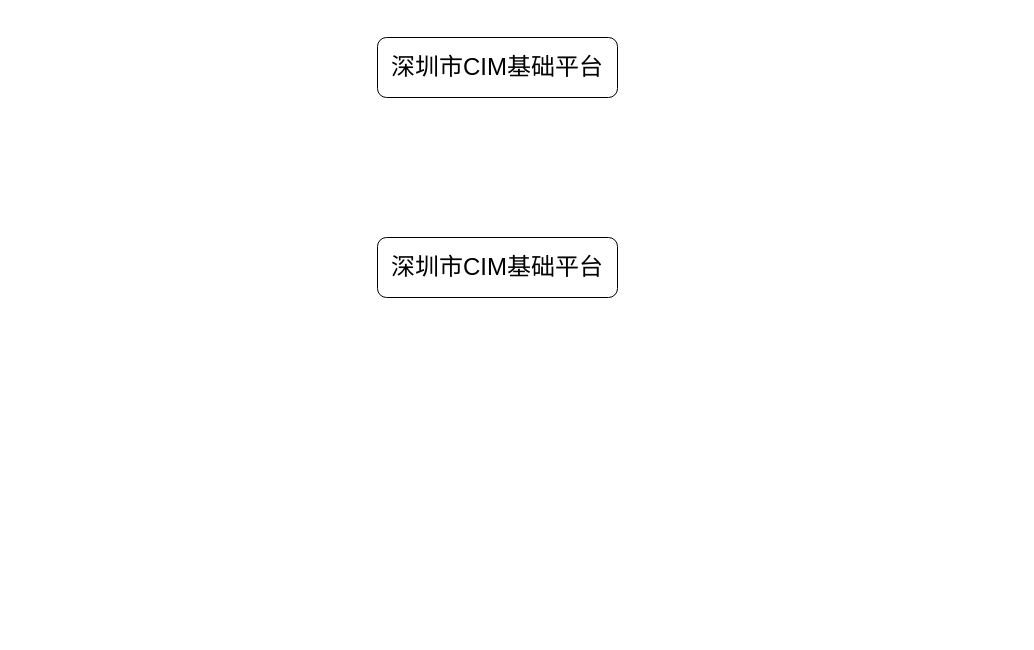
This is 深圳市CIM可视化系统.drawio from gaochaowyq/MinderGraph, a draw.io file, before an edit. Source tidied: cells renumbered, new cells numbered last; positions are measured from the earlier drawing's top-left corner, leaving out a move shared by most shapes. Both pictures are drawn from the tidied source at 100%, with x=0, y=0 at pixel (377, 37).
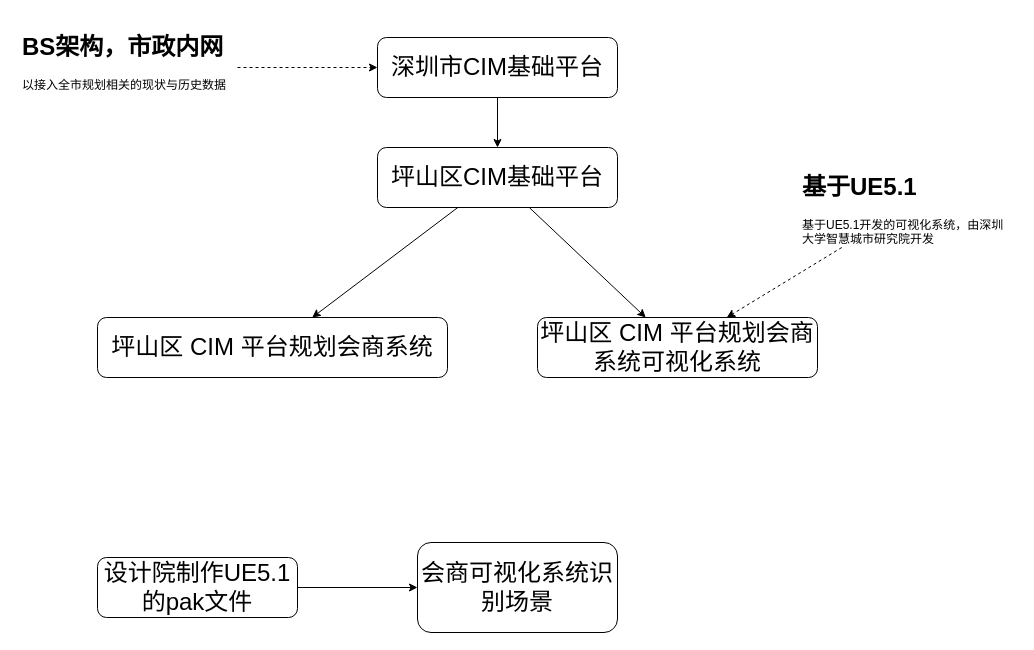
The same page after the edit.

Commit message (it also covers changes not shown here):
更新深圳市CIM可视化系统.drawio

The edit, as a diff of the source:
```diff
@@
 <mxGraphModel>
   <root>
     <mxCell id="0" />
     <mxCell id="1" parent="0" />
+    <mxCell id="4" style="edgeStyle=orthogonalEdgeStyle;rounded=0;jettySize=auto;html=1;" parent="1" edge="1" source="2" target="9">
+      <mxGeometry relative="1" as="geometry" />
+    </mxCell>
     <mxCell id="2" value="&lt;font style=&quot;font-size: 24px;&quot;&gt;深圳市CIM基础平台&lt;/font&gt;" style="rounded=1;whiteSpace=wrap;html=1;" parent="1" vertex="1">
       <mxGeometry width="240" height="60" as="geometry" />
     </mxCell>
-    <mxCell id="3" value="&lt;font style=&quot;font-size: 24px;&quot;&gt;深圳市CIM基础平台&lt;/font&gt;" style="rounded=1;whiteSpace=wrap;html=1;" parent="1" vertex="1">
-      <mxGeometry y="200" width="240" height="60" as="geometry" />
+    <mxCell id="3" value="&lt;font style=&quot;font-size: 24px;&quot;&gt;坪山区 CIM 平台规划会商系统&lt;/font&gt;" style="rounded=1;whiteSpace=wrap;html=1;" parent="1" vertex="1">
+      <mxGeometry x="-280" y="280" width="350" height="60" as="geometry" />
     </mxCell>
+    <mxCell id="5" style="rounded=0;jettySize=auto;html=1;dashed=1;" parent="1" edge="1" source="6" target="2">
+      <mxGeometry relative="1" as="geometry" />
+    </mxCell>
+    <mxCell id="6" value="&lt;h1&gt;BS架构，市政内网&lt;br&gt;&lt;/h1&gt;&lt;p&gt;以接入全市规划相关的现状与历史数据&lt;br&gt;&lt;/p&gt;" style="text;html=1;strokeColor=none;fillColor=none;spacing=5;spacingTop=-20;whiteSpace=wrap;overflow=hidden;rounded=0;" parent="1" vertex="1">
+      <mxGeometry x="-360" y="-10" width="220" height="80" as="geometry" />
+    </mxCell>
+    <mxCell id="7" style="rounded=0;jettySize=auto;html=1;" parent="1" edge="1" source="9" target="3">
+      <mxGeometry relative="1" as="geometry" />
+    </mxCell>
+    <mxCell id="8" style="rounded=0;jettySize=auto;html=1;" parent="1" edge="1" source="9" target="10">
+      <mxGeometry relative="1" as="geometry" />
+    </mxCell>
+    <mxCell id="9" value="&lt;font style=&quot;font-size: 24px;&quot;&gt;坪山区CIM基础平台&lt;/font&gt;" style="rounded=1;whiteSpace=wrap;html=1;" parent="1" vertex="1">
+      <mxGeometry y="110" width="240" height="60" as="geometry" />
+    </mxCell>
+    <mxCell id="10" value="&lt;font style=&quot;font-size: 24px;&quot;&gt;坪山区 CIM 平台规划会商系统可视化系统&lt;/font&gt;" style="rounded=1;whiteSpace=wrap;html=1;" parent="1" vertex="1">
+      <mxGeometry x="160" y="280" width="280" height="60" as="geometry" />
+    </mxCell>
+    <mxCell id="11" style="rounded=0;jettySize=auto;html=1;dashed=1;" parent="1" edge="1" source="12" target="10">
+      <mxGeometry relative="1" as="geometry" />
+    </mxCell>
+    <mxCell id="12" value="&lt;h1&gt;基于UE5.1&lt;br&gt;&lt;/h1&gt;&lt;p&gt;基于UE5.1开发的可视化系统，由深圳大学智慧城市研究院开发&lt;br&gt;&lt;/p&gt;" style="text;html=1;strokeColor=none;fillColor=none;spacing=5;spacingTop=-20;whiteSpace=wrap;overflow=hidden;rounded=0;" parent="1" vertex="1">
+      <mxGeometry x="420" y="130" width="220" height="80" as="geometry" />
+    </mxCell>
+    <mxCell id="13" style="rounded=0;jettySize=auto;html=1;" parent="1" edge="1" source="14" target="15">
+      <mxGeometry relative="1" as="geometry" />
+    </mxCell>
+    <mxCell id="14" value="&lt;font style=&quot;font-size: 24px;&quot;&gt;设计院制作UE5.1的pak文件&lt;/font&gt;" style="rounded=1;whiteSpace=wrap;html=1;" parent="1" vertex="1">
+      <mxGeometry x="-280" y="520" width="200" height="60" as="geometry" />
+    </mxCell>
+    <mxCell id="15" value="&lt;font style=&quot;font-size: 24px;&quot;&gt;会商可视化系统识别场景&lt;/font&gt;" style="rounded=1;whiteSpace=wrap;html=1;" parent="1" vertex="1">
+      <mxGeometry x="40" y="505" width="200" height="90" as="geometry" />
+    </mxCell>
   </root>
 </mxGraphModel>
```
